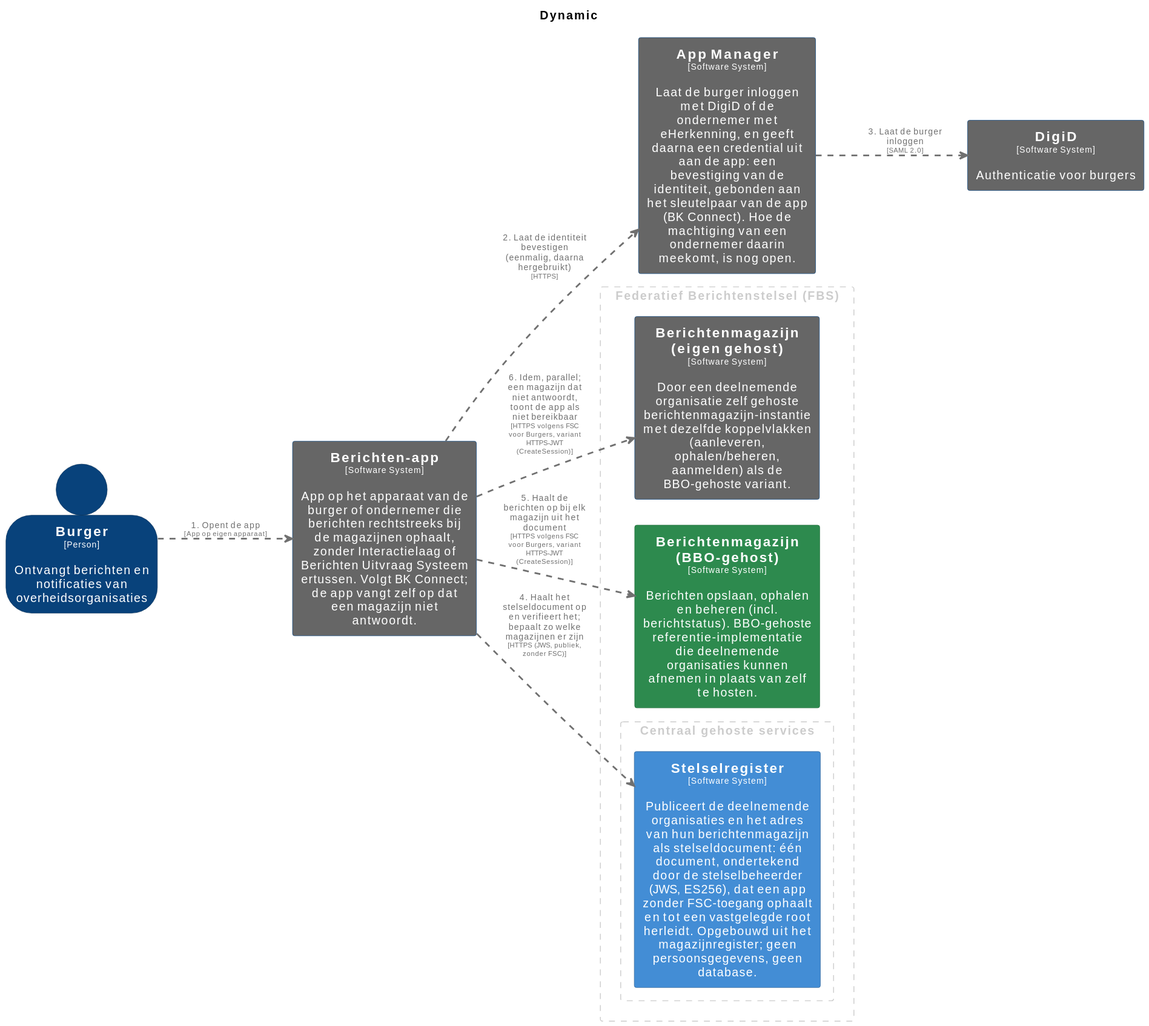
Above: pr-preview/pr-410/master/svg/RechtstreeksOphalenBurger.svg in MinBZK/moza-poc-fbs-berichtenbox (PlantUML), before the change. Its source is kept beside it as pr-preview/pr-410/master/puml/RechtstreeksOphalenBurger.puml. Source of this version:
```plantuml
@startuml
set separator none
title Dynamic

left to right direction
skinparam ranksep 60
skinparam nodesep 30

skinparam {
  arrowFontSize 10
  defaultTextAlignment center
  wrapWidth 200
  maxMessageSize 100
}

hide stereotype

skinparam rectangle<<AppManager>> {
  BackgroundColor #666666
  FontColor #ffffff
  BorderColor #0b4884
  shadowing false
}
skinparam rectangle<<Berichtenapp>> {
  BackgroundColor #666666
  FontColor #ffffff
  BorderColor #0b4884
  shadowing false
}
skinparam rectangle<<BerichtenmagazijnBBOgehost>> {
  BackgroundColor #2d8a4e
  FontColor #ffffff
  BorderColor #1e6b38
  shadowing false
}
skinparam rectangle<<Berichtenmagazijneigengehost>> {
  BackgroundColor #666666
  FontColor #ffffff
  BorderColor #0b4884
  shadowing false
}
skinparam person<<Burger>> {
  BackgroundColor #08427b
  FontColor #ffffff
  BorderColor #052e56
  shadowing false
}
skinparam rectangle<<DigiD>> {
  BackgroundColor #666666
  FontColor #ffffff
  BorderColor #0b4884
  shadowing false
}
skinparam rectangle<<Stelselregister>> {
  BackgroundColor #438dd5
  FontColor #ffffff
  BorderColor #2e6295
  shadowing false
}

rectangle "Federatief Berichtenstelsel (FBS)" <<group1>> as group1 {
  skinparam RectangleBorderColor<<group1>> #cccccc
  skinparam RectangleFontColor<<group1>> #cccccc
  skinparam RectangleBorderStyle<<group1>> dashed

  rectangle "==Berichtenmagazijn (eigen gehost)\n<size:10>[Software System]</size>\n\nDoor een deelnemende organisatie zelf gehoste berichtenmagazijn-instantie met dezelfde koppelvlakken (aanleveren, ophalen/beheren, aanmelden) als de BBO-gehoste variant." <<Berichtenmagazijneigengehost>> as Berichtenmagazijneigengehost
  rectangle "==Berichtenmagazijn (BBO-gehost)\n<size:10>[Software System]</size>\n\nBerichten opslaan, ophalen en beheren (incl. berichtstatus). BBO-gehoste referentie-implementatie die deelnemende organisaties kunnen afnemen in plaats van zelf te hosten." <<BerichtenmagazijnBBOgehost>> as BerichtenmagazijnBBOgehost
    rectangle "Centraal gehoste services" <<group2>> as group2 {
      skinparam RectangleBorderColor<<group2>> #cccccc
      skinparam RectangleFontColor<<group2>> #cccccc
      skinparam RectangleBorderStyle<<group2>> dashed

      rectangle "==Stelselregister\n<size:10>[Software System]</size>\n\nPubliceert de deelnemende organisaties en het adres van hun berichtenmagazijn als stelseldocument: één document, ondertekend door de stelselbeheerder (JWS, ES256), dat een app zonder FSC-toegang ophaalt en tot een vastgelegde root herleidt. Opgebouwd uit het magazijnregister; geen persoonsgegevens, geen database." <<Stelselregister>> as Stelselregister
    }

}

person "==Burger\n<size:10>[Person]</size>\n\nOntvangt berichten en notificaties van overheidsorganisaties" <<Burger>> as Burger
rectangle "==App Manager\n<size:10>[Software System]</size>\n\nLaat de burger inloggen met DigiD of de ondernemer met eHerkenning, en geeft daarna een credential uit aan de app: een bevestiging van de identiteit, gebonden aan het sleutelpaar van de app (BK Connect). Hoe de machtiging van een ondernemer daarin meekomt, is nog open." <<AppManager>> as AppManager
rectangle "==DigiD\n<size:10>[Software System]</size>\n\nAuthenticatie voor burgers" <<DigiD>> as DigiD
rectangle "==Berichten-app\n<size:10>[Software System]</size>\n\nApp op het apparaat van de burger of ondernemer die berichten rechtstreeks bij de magazijnen ophaalt, zonder Interactielaag of Berichten Uitvraag Systeem ertussen. Volgt BK Connect; de app vangt zelf op dat een magazijn niet antwoordt." <<Berichtenapp>> as Berichtenapp
Burger .[#707070,thickness=2].> Berichtenapp : "<color:#707070>1. Opent de app\n<color:#707070><size:8>[App op eigen apparaat]</size>"
Berichtenapp .[#707070,thickness=2].> AppManager : "<color:#707070>2. Laat de identiteit bevestigen (eenmalig, daarna hergebruikt)\n<color:#707070><size:8>[HTTPS]</size>"
AppManager .[#707070,thickness=2].> DigiD : "<color:#707070>3. Laat de burger inloggen\n<color:#707070><size:8>[SAML 2.0]</size>"
Berichtenapp .[#707070,thickness=2].> Stelselregister : "<color:#707070>4. Haalt het stelseldocument op en verifieert het; bepaalt zo welke magazijnen er zijn\n<color:#707070><size:8>[HTTPS (JWS, publiek, zonder FSC)]</size>"
Berichtenapp .[#707070,thickness=2].> BerichtenmagazijnBBOgehost : "<color:#707070>5. Haalt de berichten op bij elk magazijn uit het document\n<color:#707070><size:8>[HTTPS volgens FSC voor Burgers, variant HTTPS-JWT (CreateSession)]</size>"
Berichtenapp .[#707070,thickness=2].> Berichtenmagazijneigengehost : "<color:#707070>6. Idem, parallel; een magazijn dat niet antwoordt, toont de app als niet bereikbaar\n<color:#707070><size:8>[HTTPS volgens FSC voor Burgers, variant HTTPS-JWT (CreateSession)]</size>"
@enduml
```
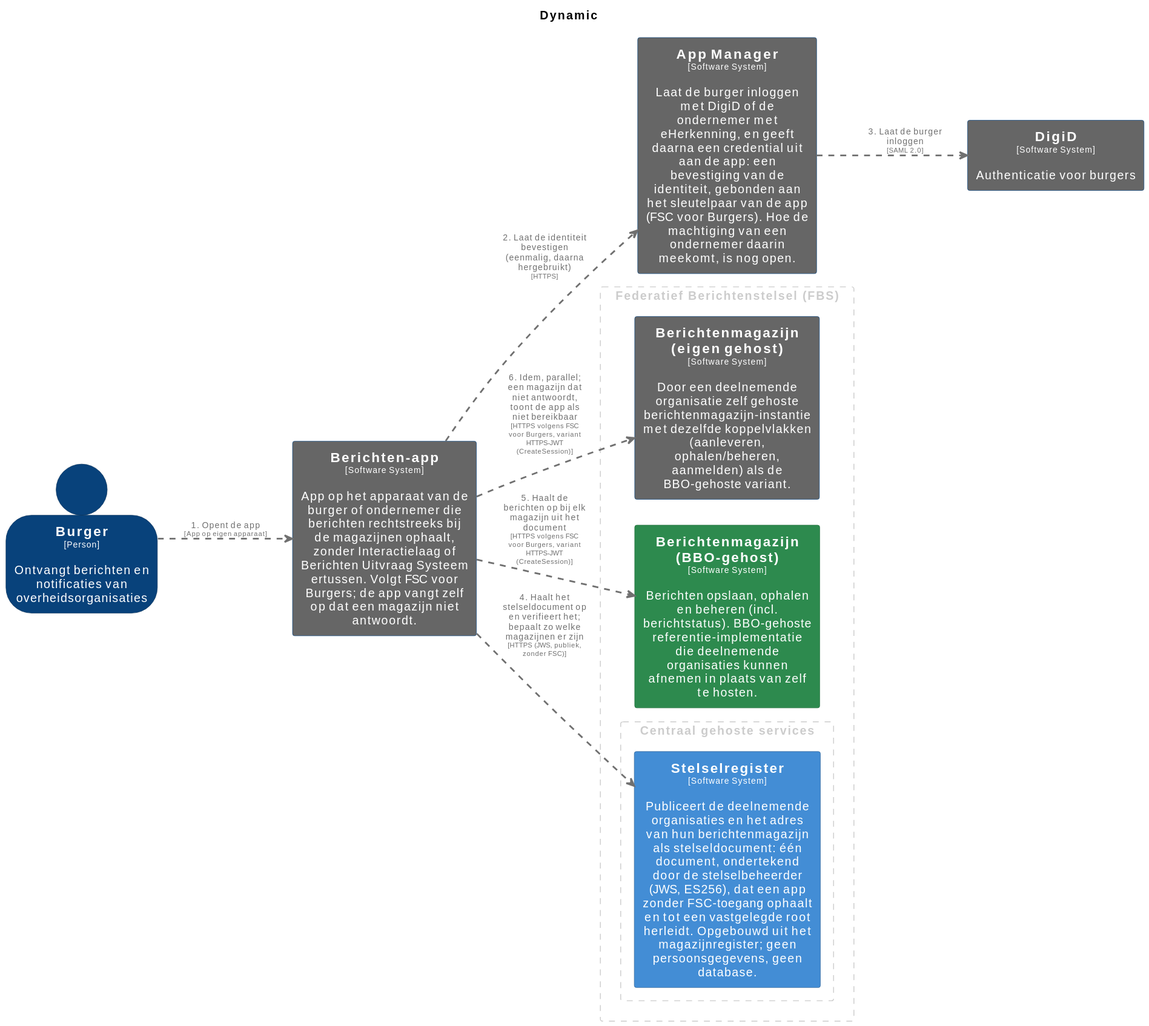
After the commit.

Change to the diagram source:
```diff
@@ -76,9 +76,9 @@
 }
 
 person "==Burger\n<size:10>[Person]</size>\n\nOntvangt berichten en notificaties van overheidsorganisaties" <<Burger>> as Burger
-rectangle "==App Manager\n<size:10>[Software System]</size>\n\nLaat de burger inloggen met DigiD of de ondernemer met eHerkenning, en geeft daarna een credential uit aan de app: een bevestiging van de identiteit, gebonden aan het sleutelpaar van de app (BK Connect). Hoe de machtiging van een ondernemer daarin meekomt, is nog open." <<AppManager>> as AppManager
+rectangle "==Berichten-app\n<size:10>[Software System]</size>\n\nApp op het apparaat van de burger of ondernemer die berichten rechtstreeks bij de magazijnen ophaalt, zonder Interactielaag of Berichten Uitvraag Systeem ertussen. Volgt FSC voor Burgers; de app vangt zelf op dat een magazijn niet antwoordt." <<Berichtenapp>> as Berichtenapp
+rectangle "==App Manager\n<size:10>[Software System]</size>\n\nLaat de burger inloggen met DigiD of de ondernemer met eHerkenning, en geeft daarna een credential uit aan de app: een bevestiging van de identiteit, gebonden aan het sleutelpaar van de app (FSC voor Burgers). Hoe de machtiging van een ondernemer daarin meekomt, is nog open." <<AppManager>> as AppManager
 rectangle "==DigiD\n<size:10>[Software System]</size>\n\nAuthenticatie voor burgers" <<DigiD>> as DigiD
-rectangle "==Berichten-app\n<size:10>[Software System]</size>\n\nApp op het apparaat van de burger of ondernemer die berichten rechtstreeks bij de magazijnen ophaalt, zonder Interactielaag of Berichten Uitvraag Systeem ertussen. Volgt BK Connect; de app vangt zelf op dat een magazijn niet antwoordt." <<Berichtenapp>> as Berichtenapp
 Burger .[#707070,thickness=2].> Berichtenapp : "<color:#707070>1. Opent de app\n<color:#707070><size:8>[App op eigen apparaat]</size>"
 Berichtenapp .[#707070,thickness=2].> AppManager : "<color:#707070>2. Laat de identiteit bevestigen (eenmalig, daarna hergebruikt)\n<color:#707070><size:8>[HTTPS]</size>"
 AppManager .[#707070,thickness=2].> DigiD : "<color:#707070>3. Laat de burger inloggen\n<color:#707070><size:8>[SAML 2.0]</size>"
```
